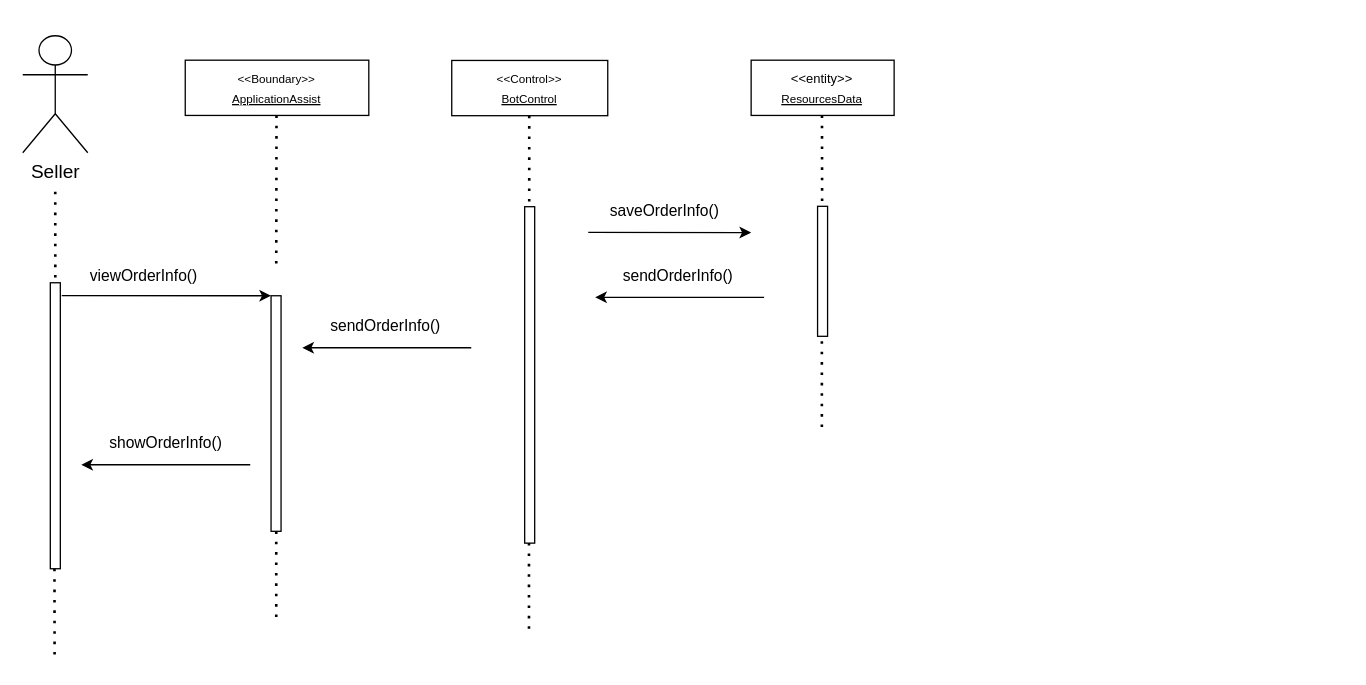
This is page "Page-1" (1 of 2) of Record and Send Order Info.drawio from munkeawtoast/isad-diagrams, a draw.io file, before an edit. Source tidied: cells renumbered, new cells numbered last; positions are measured from the earlier drawing's top-left corner, leaving out a move shared by most shapes. Both pictures are drawn from the tidied source at 130%, with x=0, y=0 at pixel (22, 35).
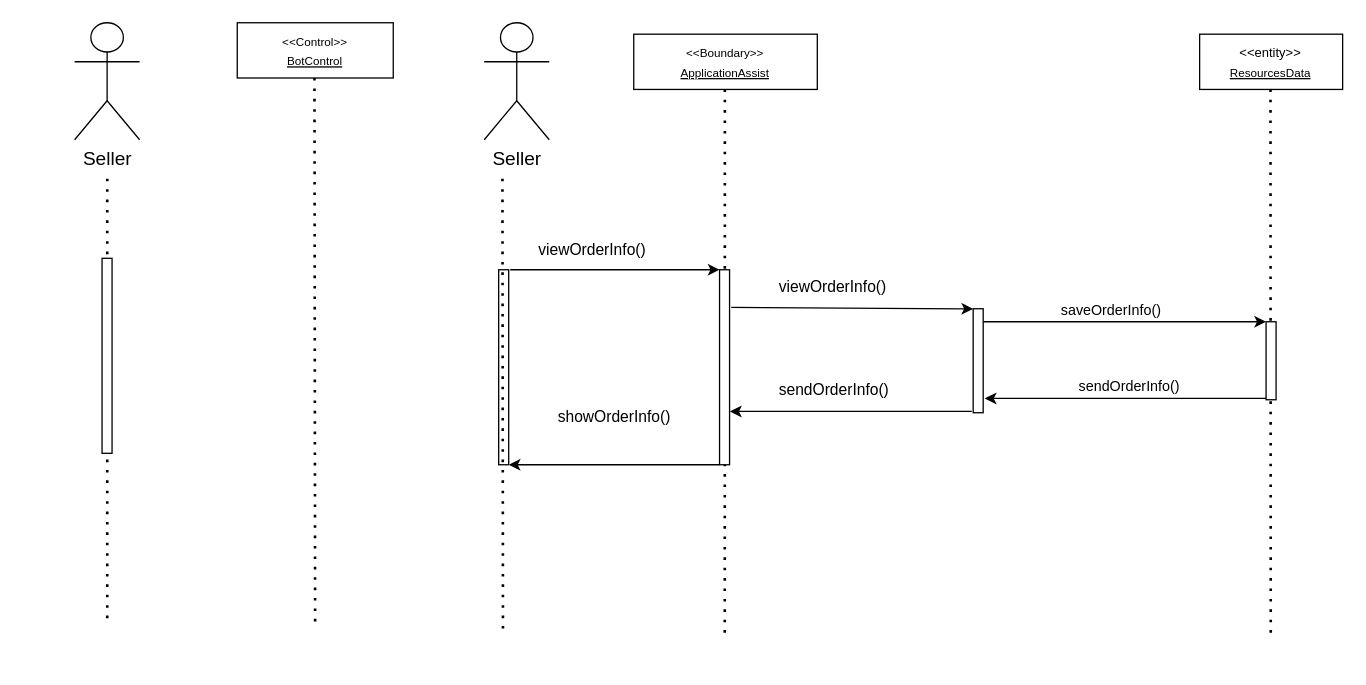
The same page after the edit.

Diff of the diagram source:
```diff
@@
-    <mxCell id="2" value="&lt;span id=&quot;docs-internal-guid-612e1756-7fff-0070-7835-d096483c2eb9&quot;&gt;&lt;span style=&quot;font-size: 11pt; font-family: Arial; background-color: transparent; font-variant-numeric: normal; font-variant-east-asian: normal; vertical-align: baseline;&quot;&gt;Seller&lt;/span&gt;&lt;/span&gt;" style="shape=umlActor;verticalLabelPosition=bottom;verticalAlign=top;html=1;" parent="1" vertex="1">
-      <mxGeometry width="50" height="90" as="geometry" />
-    </mxCell>
+    <mxCell id="19" style="endArrow=none;dashed=1;html=1;dashPattern=1 3;strokeWidth=2;startArrow=none;" parent="1" edge="1">
+      <mxGeometry relative="1" as="geometry">
+        <mxPoint x="224.4" y="32.5" as="sourcePoint" />
+        <mxPoint x="224.9" y="451" as="targetPoint" />
+      </mxGeometry>
+    </mxCell>
     <mxCell id="3" style="rounded=0;whiteSpace=wrap;html=1;fontSize=9;" parent="1" vertex="1">
-      <mxGeometry x="21.2" y="190" width="7.7" height="220" as="geometry" />
+      <mxGeometry x="366.1" y="180" width="7.7" height="150" as="geometry" />
     </mxCell>
-    <mxCell id="4" style="endArrow=none;dashed=1;html=1;dashPattern=1 3;strokeWidth=2;startArrow=none;entryX=0.5;entryY=0;entryDx=0;entryDy=0;" parent="1" edge="1" target="3">
-      <mxGeometry relative="1" as="geometry">
-        <mxPoint x="25" y="120" as="sourcePoint" />
-      </mxGeometry>
-    </mxCell>
     <mxCell id="5" value="&lt;font style=&quot;font-size: 9px;&quot;&gt;&amp;lt;&amp;lt;Control&amp;gt;&amp;gt;&lt;br&gt;&lt;u&gt;BotControl&lt;/u&gt;&lt;br&gt;&lt;/font&gt;" style="rounded=0;whiteSpace=wrap;html=1;" parent="1" vertex="1">
-      <mxGeometry x="330" y="19" width="120" height="42.5" as="geometry" />
+      <mxGeometry x="165" y="-10" width="120" height="42.5" as="geometry" />
     </mxCell>
     <mxCell id="6" value="&lt;font style=&quot;&quot;&gt;&lt;font size=&quot;1&quot;&gt;&amp;lt;&amp;lt;entity&amp;gt;&amp;gt;&lt;/font&gt;&lt;br&gt;&lt;span style=&quot;text-align: left;&quot;&gt;&lt;font style=&quot;font-size: 9px;&quot;&gt;&lt;u&gt;ResourcesData&lt;/u&gt;&lt;/font&gt;&lt;/span&gt;&lt;br&gt;&lt;/font&gt;" style="rounded=0;whiteSpace=wrap;html=1;" parent="1" vertex="1">
-      <mxGeometry x="560.3" y="18.8" width="110" height="42.5" as="geometry" />
+      <mxGeometry x="905.3" y="-1.2" width="110" height="42.5" as="geometry" />
     </mxCell>
     <mxCell id="7" value="&lt;font style=&quot;font-size: 9px;&quot;&gt;&amp;lt;&amp;lt;Boundary&amp;gt;&amp;gt;&lt;br&gt;&lt;u&gt;ApplicationAssist&lt;/u&gt;&lt;br&gt;&lt;/font&gt;" style="rounded=0;whiteSpace=wrap;html=1;" parent="1" vertex="1">
-      <mxGeometry x="125" y="18.8" width="141.2" height="42.5" as="geometry" />
+      <mxGeometry x="470" y="-1.2" width="141.2" height="42.5" as="geometry" />
     </mxCell>
-    <mxCell id="8" style="endArrow=classic;html=1;fontSize=9;exitX=1.081;exitY=0.094;exitDx=0;exitDy=0;exitPerimeter=0;entryX=1.3;entryY=0.584;entryDx=0;entryDy=0;entryPerimeter=0;" parent="1" edge="1">
+    <mxCell id="8" style="endArrow=classic;html=1;fontSize=9;exitX=1.081;exitY=0.094;exitDx=0;exitDy=0;exitPerimeter=0;" parent="1" edge="1">
       <mxGeometry relative="1" as="geometry">
-        <mxPoint x="570.3" y="201.2" as="sourcePoint" />
-        <mxPoint x="440.3" y="201.2" as="targetPoint" />
+        <mxPoint x="956.4" y="279" as="sourcePoint" />
+        <mxPoint x="740" y="279" as="targetPoint" />
       </mxGeometry>
     </mxCell>
-    <mxCell id="9" value="sendOrderInfo()" style="text;whiteSpace=wrap;html=1;" parent="1" vertex="1">
-      <mxGeometry x="460.3" y="171.2" width="110" height="40" as="geometry" />
+    <mxCell id="9" value="sendOrderInfo()" style="edgeLabel;html=1;align=center;verticalAlign=middle;" parent="8" vertex="1">
+      <mxGeometry x="-0.02" relative="1" as="geometry">
+        <mxPoint y="-10" as="offset" />
+      </mxGeometry>
     </mxCell>
-    <mxCell id="10" style="endArrow=classic;html=1;fontSize=9;entryX=-0.265;entryY=0.418;entryDx=0;entryDy=0;entryPerimeter=0;" parent="1" edge="1">
+    <mxCell id="10" style="endArrow=classic;html=1;fontSize=9;entryX=0;entryY=0;entryDx=0;entryDy=0;" parent="1" edge="1" target="24">
       <mxGeometry relative="1" as="geometry">
-        <mxPoint x="435" y="151.2" as="sourcePoint" />
-        <mxPoint x="560.3" y="151.4" as="targetPoint" />
+        <mxPoint x="738.8" y="220" as="sourcePoint" />
       </mxGeometry>
     </mxCell>
-    <mxCell id="11" value="saveOrderInfo()" style="text;whiteSpace=wrap;html=1;" parent="1" vertex="1">
-      <mxGeometry x="450.3" y="121.2" width="110" height="40" as="geometry" />
+    <mxCell id="11" value="saveOrderInfo()" style="edgeLabel;html=1;align=center;verticalAlign=middle;" parent="10" vertex="1">
+      <mxGeometry x="-0.1" y="-1" relative="1" as="geometry">
+        <mxPoint y="-11" as="offset" />
+      </mxGeometry>
     </mxCell>
-    <mxCell id="12" style="endArrow=classic;html=1;fontSize=9;exitX=1.081;exitY=0.094;exitDx=0;exitDy=0;exitPerimeter=0;entryX=1.3;entryY=0.584;entryDx=0;entryDy=0;entryPerimeter=0;" parent="1" edge="1">
+    <mxCell id="12" style="endArrow=classic;html=1;fontSize=9;" parent="1" edge="1">
       <mxGeometry relative="1" as="geometry">
-        <mxPoint x="345" y="240" as="sourcePoint" />
-        <mxPoint x="215" y="240" as="targetPoint" />
+        <mxPoint x="730" y="289" as="sourcePoint" />
+        <mxPoint x="544" y="289" as="targetPoint" />
       </mxGeometry>
     </mxCell>
     <mxCell id="13" value="sendOrderInfo()" style="text;whiteSpace=wrap;html=1;" parent="1" vertex="1">
-      <mxGeometry x="235" y="210" width="110" height="40" as="geometry" />
+      <mxGeometry x="580" y="259" width="110" height="40" as="geometry" />
     </mxCell>
-    <mxCell id="14" style="endArrow=classic;html=1;fontSize=9;exitX=1.081;exitY=0.094;exitDx=0;exitDy=0;exitPerimeter=0;entryX=1.3;entryY=0.584;entryDx=0;entryDy=0;entryPerimeter=0;" parent="1" edge="1">
-      <mxGeometry relative="1" as="geometry">
-        <mxPoint x="175" y="330" as="sourcePoint" />
-        <mxPoint x="45" y="330" as="targetPoint" />
-      </mxGeometry>
+    <mxCell id="14" style="endArrow=classic;html=1;fontSize=9;exitX=0;exitY=1;exitDx=0;exitDy=0;entryX=1;entryY=1;entryDx=0;entryDy=0;" parent="1" edge="1" source="23" target="3">
+      <mxGeometry relative="1" as="geometry" />
     </mxCell>
     <mxCell id="15" value="showOrderInfo()" style="text;whiteSpace=wrap;html=1;" parent="1" vertex="1">
-      <mxGeometry x="65" y="300" width="110" height="40" as="geometry" />
+      <mxGeometry x="410" y="280" width="110" height="40" as="geometry" />
     </mxCell>
-    <mxCell id="16" style="endArrow=classic;html=1;fontSize=9;entryX=0;entryY=0;entryDx=0;entryDy=0;exitX=1.147;exitY=0.045;exitDx=0;exitDy=0;exitPerimeter=0;" parent="1" edge="1" source="3" target="23">
-      <mxGeometry relative="1" as="geometry" />
+    <mxCell id="16" style="endArrow=classic;html=1;fontSize=9;entryX=0;entryY=0;entryDx=0;entryDy=0;" parent="1" edge="1" target="23">
+      <mxGeometry relative="1" as="geometry">
+        <mxPoint x="375" y="180" as="sourcePoint" />
+      </mxGeometry>
     </mxCell>
     <mxCell id="17" value="&lt;div style=&quot;text-align: center;&quot;&gt;&lt;span style=&quot;background-color: initial;&quot;&gt;viewOrderInfo()&lt;/span&gt;&lt;/div&gt;" style="text;whiteSpace=wrap;html=1;" parent="1" vertex="1">
-      <mxGeometry x="50" y="171.2" width="110" height="40" as="geometry" />
+      <mxGeometry x="395" y="151.2" width="110" height="40" as="geometry" />
     </mxCell>
     <mxCell id="18" style="rounded=0;whiteSpace=wrap;html=1;fontSize=9;" parent="1" vertex="1">
-      <mxGeometry x="386.1" y="131.5" width="7.7" height="258.8" as="geometry" />
+      <mxGeometry x="731.1" y="210" width="7.7" height="80" as="geometry" />
     </mxCell>
-    <mxCell id="19" style="endArrow=none;dashed=1;html=1;dashPattern=1 3;strokeWidth=2;startArrow=none;entryX=0.5;entryY=0;entryDx=0;entryDy=0;" parent="1" edge="1">
-      <mxGeometry relative="1" as="geometry">
-        <mxPoint x="389.6" y="61.5" as="sourcePoint" />
-        <mxPoint x="389.6" y="131.5" as="targetPoint" />
-      </mxGeometry>
-    </mxCell>
-    <mxCell id="20" style="endArrow=none;dashed=1;html=1;dashPattern=1 3;strokeWidth=2;startArrow=none;entryX=0.5;entryY=0;entryDx=0;entryDy=0;" parent="1" edge="1">
-      <mxGeometry relative="1" as="geometry">
-        <mxPoint x="389.4" y="390.2" as="sourcePoint" />
-        <mxPoint x="389.4" y="460.2" as="targetPoint" />
-      </mxGeometry>
-    </mxCell>
-    <mxCell id="21" style="endArrow=none;dashed=1;html=1;dashPattern=1 3;strokeWidth=2;startArrow=none;entryX=0.5;entryY=0;entryDx=0;entryDy=0;" parent="1" edge="1">
+    <mxCell id="21" style="endArrow=none;dashed=1;html=1;dashPattern=1 3;strokeWidth=2;startArrow=none;" parent="1" edge="1">
       <mxGeometry relative="1" as="geometry">
-        <mxPoint x="614.8" y="61.2" as="sourcePoint" />
-        <mxPoint x="614.9" y="131.2" as="targetPoint" />
+        <mxPoint x="959.8" y="41.2" as="sourcePoint" />
+        <mxPoint x="960" y="460" as="targetPoint" />
       </mxGeometry>
     </mxCell>
     <mxCell id="22" style="endArrow=none;dashed=1;html=1;dashPattern=1 3;strokeWidth=2;startArrow=none;" parent="1" edge="1">
       <mxGeometry relative="1" as="geometry">
-        <mxPoint x="195.2" y="61.2" as="sourcePoint" />
-        <mxPoint x="195" y="181.2" as="targetPoint" />
+        <mxPoint x="540.1" y="41.2" as="sourcePoint" />
+        <mxPoint x="540" y="460" as="targetPoint" />
       </mxGeometry>
     </mxCell>
     <mxCell id="23" style="rounded=0;whiteSpace=wrap;html=1;fontSize=9;" parent="1" vertex="1">
-      <mxGeometry x="191" y="200" width="7.7" height="181.2" as="geometry" />
+      <mxGeometry x="536" y="180" width="7.7" height="150" as="geometry" />
     </mxCell>
     <mxCell id="24" style="rounded=0;whiteSpace=wrap;html=1;fontSize=9;" parent="1" vertex="1">
-      <mxGeometry x="611.4" y="131.2" width="7.7" height="100" as="geometry" />
+      <mxGeometry x="956.4" y="220" width="7.7" height="60" as="geometry" />
     </mxCell>
     <mxCell id="25" style="endArrow=none;dashed=1;html=1;dashPattern=1 3;strokeWidth=2;startArrow=none;entryX=0.5;entryY=0;entryDx=0;entryDy=0;" parent="1" edge="1">
       <mxGeometry relative="1" as="geometry">
-        <mxPoint x="24.4" y="410" as="sourcePoint" />
-        <mxPoint x="24.5" y="480" as="targetPoint" />
+        <mxPoint x="369" y="110" as="sourcePoint" />
+        <mxPoint x="369.4" y="460" as="targetPoint" />
       </mxGeometry>
     </mxCell>
-    <mxCell id="26" style="endArrow=none;dashed=1;html=1;dashPattern=1 3;strokeWidth=2;startArrow=none;entryX=0.5;entryY=0;entryDx=0;entryDy=0;" parent="1" edge="1">
-      <mxGeometry relative="1" as="geometry">
-        <mxPoint x="614.7" y="235" as="sourcePoint" />
-        <mxPoint x="614.7" y="305" as="targetPoint" />
-      </mxGeometry>
-    </mxCell>
-    <mxCell id="27" style="endArrow=none;dashed=1;html=1;dashPattern=1 3;strokeWidth=2;startArrow=none;entryX=0.5;entryY=0;entryDx=0;entryDy=0;" parent="1" edge="1">
-      <mxGeometry relative="1" as="geometry">
-        <mxPoint x="195" y="381.2" as="sourcePoint" />
-        <mxPoint x="195" y="451.2" as="targetPoint" />
-      </mxGeometry>
-    </mxCell>
+    <mxCell id="28" style="endArrow=classic;html=1;fontSize=9;entryX=0;entryY=0;entryDx=0;entryDy=0;" parent="1" edge="1">
+      <mxGeometry relative="1" as="geometry">
+        <mxPoint x="545" y="209" as="sourcePoint" />
+        <mxPoint x="731.1" y="210.1" as="targetPoint" />
+      </mxGeometry>
+    </mxCell>
+    <mxCell id="29" value="&lt;div style=&quot;text-align: center;&quot;&gt;&lt;span style=&quot;background-color: initial;&quot;&gt;viewOrderInfo()&lt;/span&gt;&lt;/div&gt;" style="text;whiteSpace=wrap;html=1;" parent="1" vertex="1">
+      <mxGeometry x="580" y="180" width="110" height="40" as="geometry" />
+    </mxCell>
+    <mxCell id="2" value="&lt;span id=&quot;docs-internal-guid-612e1756-7fff-0070-7835-d096483c2eb9&quot;&gt;&lt;span style=&quot;font-size: 11pt; font-family: Arial; background-color: transparent; font-variant-numeric: normal; font-variant-east-asian: normal; vertical-align: baseline;&quot;&gt;Seller&lt;/span&gt;&lt;/span&gt;" style="shape=umlActor;verticalLabelPosition=bottom;verticalAlign=top;html=1;" parent="1" vertex="1">
+      <mxGeometry x="355" y="-10" width="50" height="90" as="geometry" />
+    </mxCell>
+    <mxCell id="30" style="endArrow=none;dashed=1;html=1;dashPattern=1 3;strokeWidth=2;startArrow=none;" parent="1" edge="1">
+      <mxGeometry relative="1" as="geometry">
+        <mxPoint x="65" y="110" as="sourcePoint" />
+        <mxPoint x="65" y="451.2" as="targetPoint" />
+      </mxGeometry>
+    </mxCell>
+    <mxCell id="31" style="rounded=0;whiteSpace=wrap;html=1;fontSize=9;" parent="1" vertex="1">
+      <mxGeometry x="61" y="171.2" width="7.7" height="150" as="geometry" />
+    </mxCell>
+    <mxCell id="32" value="&lt;font face=&quot;Arial&quot;&gt;&lt;span style=&quot;font-size: 14.6667px;&quot;&gt;Seller&lt;/span&gt;&lt;/font&gt;" style="shape=umlActor;verticalLabelPosition=bottom;verticalAlign=top;html=1;" parent="1" vertex="1">
+      <mxGeometry x="39.9" y="-10" width="50" height="90" as="geometry" />
+    </mxCell>
```
